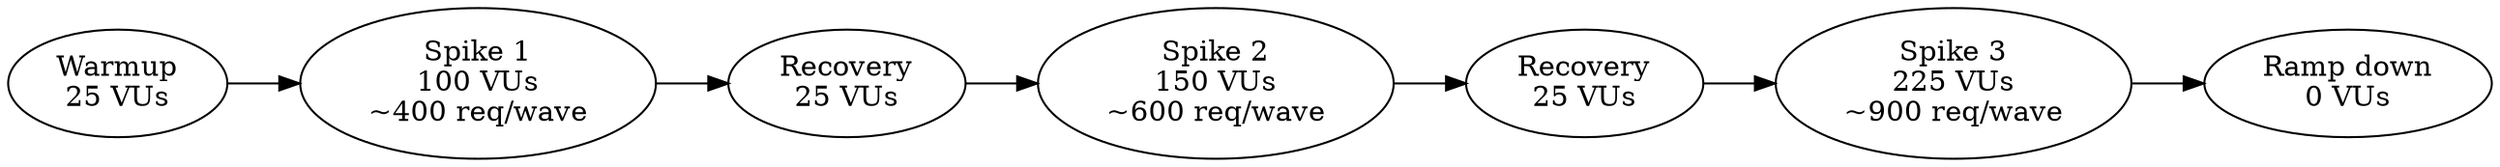
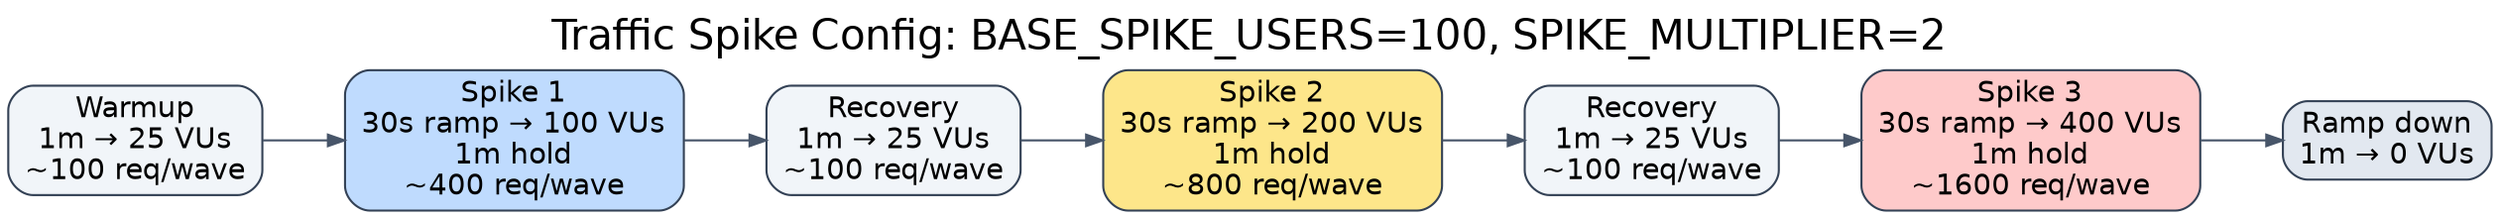
digraph traffic_spike {
-   rankdir=LR;
+   graph [
+     rankdir=LR,
+     labelloc=t,
+     label="Traffic Spike Config: BASE_SPIKE_USERS=100, SPIKE_MULTIPLIER=2",
+     fontsize=20,
+     fontname="Helvetica",
+     nodesep=0.35,
+     ranksep=0.55
+   ];

-   warmup [label="Warmup\n25 VUs"];
-   spike1 [label="Spike 1\n100 VUs\n~400 req/wave"];
-   recovery1 [label="Recovery\n25 VUs"];
-   spike2 [label="Spike 2\n150 VUs\n~600 req/wave"];
-   recovery2 [label="Recovery\n25 VUs"];
-   spike3 [label="Spike 3\n225 VUs\n~900 req/wave"];
-   rampdown [label="Ramp down\n0 VUs"];
+   node [shape=box, style="rounded,filled", fontname="Helvetica", color="#334155", fillcolor="#f8fafc"];
+   edge [color="#475569", arrowsize=0.8, fontname="Helvetica", fontsize=10];
+ 
+   warmup [label="Warmup\n1m → 25 VUs\n~100 req/wave", fillcolor="#f1f5f9"];
+   spike1 [label="Spike 1\n30s ramp → 100 VUs\n1m hold\n~400 req/wave", fillcolor="#bfdbfe"];
+   recovery1 [label="Recovery\n1m → 25 VUs\n~100 req/wave", fillcolor="#f1f5f9"];
+   spike2 [label="Spike 2\n30s ramp → 200 VUs\n1m hold\n~800 req/wave", fillcolor="#fde68a"];
+   recovery2 [label="Recovery\n1m → 25 VUs\n~100 req/wave", fillcolor="#f1f5f9"];
+   spike3 [label="Spike 3\n30s ramp → 400 VUs\n1m hold\n~1600 req/wave", fillcolor="#fecaca"];
+   rampdown [label="Ramp down\n1m → 0 VUs", fillcolor="#e2e8f0"];

  warmup -> spike1 -> recovery1 -> spike2 -> recovery2 -> spike3 -> rampdown;
}
+ 
